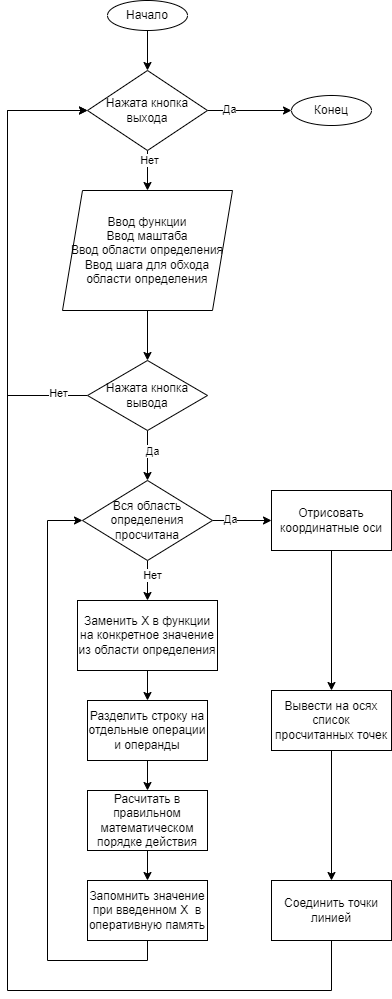
Before: Летняя практика/Остальная нищета/блок.drawio.png, a diagram exported from draw.io (kuskas112/Labs). Source tidied: cells renumbered, new cells last; positions are measured from the earlier drawing's top-left corner, leaving out a move shared by most shapes.
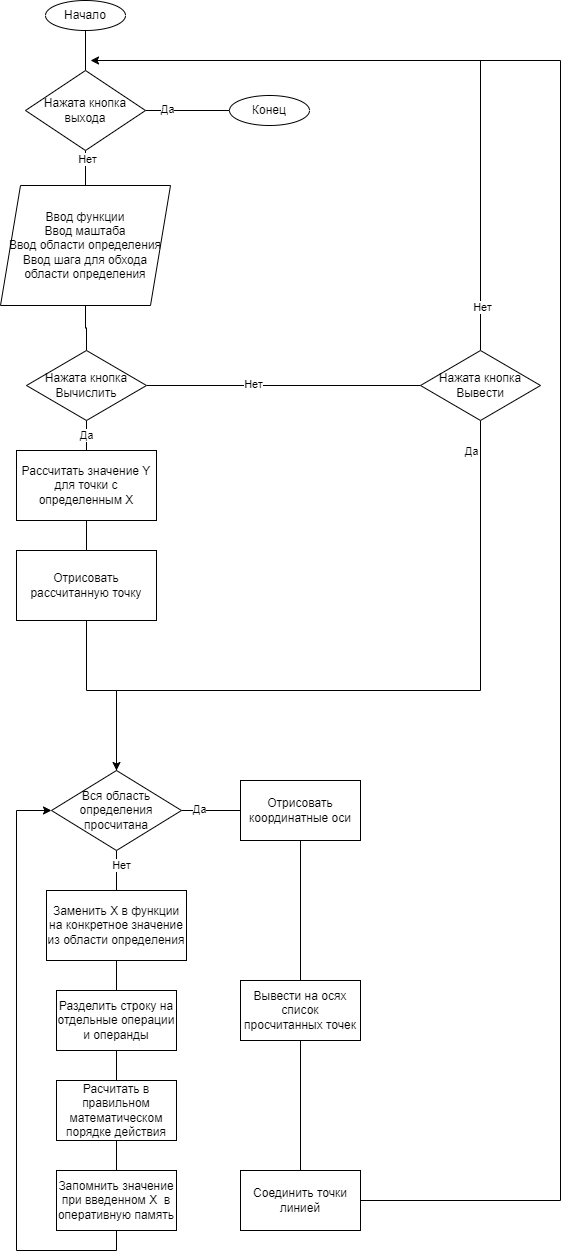
The same diagram one commit later.

The edit, as a diff of the source:
```diff
@@ -2,63 +2,70 @@
   <root>
     <mxCell id="0" />
     <mxCell id="1" parent="0" />
-    <mxCell id="2" style="edgeStyle=orthogonalEdgeStyle;rounded=0;jettySize=auto;html=1;exitX=0.5;exitY=1;exitDx=0;exitDy=0;entryX=0.5;entryY=0;entryDx=0;entryDy=0;" parent="1" edge="1" source="3" target="9">
+    <mxCell id="2" style="edgeStyle=orthogonalEdgeStyle;rounded=0;jettySize=auto;html=1;exitX=0.5;exitY=1;exitDx=0;exitDy=0;entryX=0.5;entryY=0;entryDx=0;entryDy=0;endArrow=none;endFill=0;" parent="1" edge="1" source="3" target="9">
       <mxGeometry relative="1" as="geometry" />
     </mxCell>
     <mxCell id="3" value="Начало" style="ellipse;whiteSpace=wrap;html=1;" parent="1" vertex="1">
-      <mxGeometry x="100" width="80" height="30" as="geometry" />
+      <mxGeometry x="69" y="-290" width="80" height="30" as="geometry" />
     </mxCell>
     <mxCell id="4" value="Конец" style="ellipse;whiteSpace=wrap;html=1;" parent="1" vertex="1">
-      <mxGeometry x="284" y="95" width="80" height="30" as="geometry" />
+      <mxGeometry x="253" y="-195" width="80" height="30" as="geometry" />
     </mxCell>
-    <mxCell id="5" style="edgeStyle=orthogonalEdgeStyle;rounded=0;jettySize=auto;html=1;exitX=1;exitY=0.5;exitDx=0;exitDy=0;" parent="1" edge="1" source="9" target="4">
+    <mxCell id="5" style="edgeStyle=orthogonalEdgeStyle;rounded=0;jettySize=auto;html=1;exitX=1;exitY=0.5;exitDx=0;exitDy=0;endArrow=none;endFill=0;" parent="1" edge="1" source="9" target="4">
       <mxGeometry relative="1" as="geometry" />
     </mxCell>
     <mxCell id="6" value="Да" style="edgeLabel;html=1;align=center;verticalAlign=middle;" parent="5" vertex="1">
       <mxGeometry x="-0.5" y="2" relative="1" as="geometry" />
     </mxCell>
-    <mxCell id="7" style="edgeStyle=orthogonalEdgeStyle;rounded=0;jettySize=auto;html=1;exitX=0.5;exitY=1;exitDx=0;exitDy=0;entryX=0.5;entryY=0;entryDx=0;entryDy=0;" parent="1" edge="1" source="9" target="11">
+    <mxCell id="7" style="edgeStyle=orthogonalEdgeStyle;rounded=0;jettySize=auto;html=1;exitX=0.5;exitY=1;exitDx=0;exitDy=0;entryX=0.5;entryY=0;entryDx=0;entryDy=0;endArrow=none;endFill=0;" parent="1" edge="1" source="9" target="11">
       <mxGeometry relative="1" as="geometry" />
     </mxCell>
     <mxCell id="8" value="Нет" style="edgeLabel;html=1;align=center;verticalAlign=middle;" parent="7" vertex="1">
       <mxGeometry x="-0.57" y="1" relative="1" as="geometry" />
     </mxCell>
     <mxCell id="9" value="Нажата кнопка выхода" style="rhombus;whiteSpace=wrap;html=1;" parent="1" vertex="1">
-      <mxGeometry x="80" y="70" width="120" height="80" as="geometry" />
+      <mxGeometry x="49" y="-220" width="120" height="80" as="geometry" />
     </mxCell>
-    <mxCell id="10" style="edgeStyle=orthogonalEdgeStyle;rounded=0;jettySize=auto;html=1;exitX=0.5;exitY=1;exitDx=0;exitDy=0;" parent="1" edge="1" source="11" target="16">
-      <mxGeometry relative="1" as="geometry" />
-    </mxCell>
+    <mxCell id="36" style="edgeStyle=orthogonalEdgeStyle;rounded=0;jettySize=auto;html=1;strokeColor=default;align=center;verticalAlign=middle;fontFamily=Helvetica;fontSize=11;fontColor=default;labelBackgroundColor=default;endArrow=none;endFill=0;" parent="1" edge="1" source="11" target="44">
+      <mxGeometry relative="1" as="geometry" />
+    </mxCell>
     <mxCell id="11" value="Ввод функции&lt;br&gt;Ввод маштаба&lt;br&gt;Ввод области определения&lt;br&gt;Ввод шага для обхода области определения" style="shape=parallelogram;perimeter=parallelogramPerimeter;whiteSpace=wrap;html=1;fixedSize=1;" parent="1" vertex="1">
-      <mxGeometry x="55" y="190" width="170" height="120" as="geometry" />
+      <mxGeometry x="24" y="-105" width="170" height="120" as="geometry" />
     </mxCell>
-    <mxCell id="12" style="edgeStyle=orthogonalEdgeStyle;rounded=0;jettySize=auto;html=1;exitX=0;exitY=0.5;exitDx=0;exitDy=0;entryX=0;entryY=0.5;entryDx=0;entryDy=0;" parent="1" edge="1" source="16" target="9">
-      <mxGeometry relative="1" as="geometry">
-        <Array as="points">
-          <mxPoint y="395" />
-          <mxPoint y="110" />
-        </Array>
-      </mxGeometry>
-    </mxCell>
-    <mxCell id="13" value="Нет" style="edgeLabel;html=1;align=center;verticalAlign=middle;" parent="12" vertex="1">
-      <mxGeometry x="-0.87" y="-3" relative="1" as="geometry" />
-    </mxCell>
-    <mxCell id="14" style="edgeStyle=orthogonalEdgeStyle;rounded=0;jettySize=auto;html=1;exitX=0.5;exitY=1;exitDx=0;exitDy=0;entryX=0.5;entryY=0;entryDx=0;entryDy=0;" parent="1" edge="1" source="16" target="21">
-      <mxGeometry relative="1" as="geometry" />
+    <mxCell id="14" style="edgeStyle=orthogonalEdgeStyle;rounded=0;jettySize=auto;html=1;exitX=0.5;exitY=1;exitDx=0;exitDy=0;entryX=0.5;entryY=0;entryDx=0;entryDy=0;endArrow=classic;endFill=1;" parent="1" edge="1" source="16" target="21">
+      <mxGeometry relative="1" as="geometry">
+        <Array as="points">
+          <mxPoint x="504" y="400" />
+          <mxPoint x="140" y="400" />
+        </Array>
+      </mxGeometry>
     </mxCell>
     <mxCell id="15" value="Да" style="edgeLabel;html=1;align=center;verticalAlign=middle;" parent="14" vertex="1">
-      <mxGeometry x="-0.2" y="4" relative="1" as="geometry" />
+      <mxGeometry x="-0.2" y="4" relative="1" as="geometry">
+        <mxPoint x="6" y="-244" as="offset" />
+      </mxGeometry>
     </mxCell>
+    <mxCell id="37" style="edgeStyle=orthogonalEdgeStyle;rounded=0;jettySize=auto;html=1;exitX=0.5;exitY=0;exitDx=0;exitDy=0;strokeColor=default;align=center;verticalAlign=middle;fontFamily=Helvetica;fontSize=11;fontColor=default;labelBackgroundColor=default;endArrow=classic;endFill=1;" parent="1" edge="1" source="16">
+      <mxGeometry relative="1" as="geometry">
+        <mxPoint x="114" y="-230" as="targetPoint" />
+        <Array as="points">
+          <mxPoint x="504" y="-230" />
+        </Array>
+      </mxGeometry>
+    </mxCell>
+    <mxCell id="38" value="Нет" style="edgeLabel;html=1;align=center;verticalAlign=middle;fontFamily=Helvetica;fontSize=11;fontColor=default;labelBackgroundColor=default;" parent="37" vertex="1">
+      <mxGeometry x="-0.87" y="-1" relative="1" as="geometry" />
+    </mxCell>
-    <mxCell id="16" value="Нажата кнопка вывода" style="rhombus;whiteSpace=wrap;html=1;" parent="1" vertex="1">
-      <mxGeometry x="80" y="360" width="120" height="70" as="geometry" />
+    <mxCell id="16" value="Нажата кнопка Вывести" style="rhombus;whiteSpace=wrap;html=1;" parent="1" vertex="1">
+      <mxGeometry x="444" y="60" width="120" height="70" as="geometry" />
     </mxCell>
-    <mxCell id="17" style="edgeStyle=orthogonalEdgeStyle;rounded=0;jettySize=auto;html=1;exitX=0.5;exitY=1;exitDx=0;exitDy=0;entryX=0.5;entryY=0;entryDx=0;entryDy=0;" parent="1" edge="1" source="21" target="23">
+    <mxCell id="17" style="edgeStyle=orthogonalEdgeStyle;rounded=0;jettySize=auto;html=1;exitX=0.5;exitY=1;exitDx=0;exitDy=0;entryX=0.5;entryY=0;entryDx=0;entryDy=0;endArrow=none;endFill=0;" parent="1" edge="1" source="21" target="23">
       <mxGeometry relative="1" as="geometry" />
     </mxCell>
     <mxCell id="18" value="Нет" style="edgeLabel;html=1;align=center;verticalAlign=middle;" parent="17" vertex="1">
       <mxGeometry x="-0.28" y="4" relative="1" as="geometry" />
     </mxCell>
-    <mxCell id="19" style="edgeStyle=orthogonalEdgeStyle;rounded=0;jettySize=auto;html=1;exitX=1;exitY=0.5;exitDx=0;exitDy=0;entryX=0;entryY=0.5;entryDx=0;entryDy=0;" parent="1" edge="1" source="21" target="31">
+    <mxCell id="19" style="edgeStyle=orthogonalEdgeStyle;rounded=0;jettySize=auto;html=1;exitX=1;exitY=0.5;exitDx=0;exitDy=0;entryX=0;entryY=0.5;entryDx=0;entryDy=0;endArrow=none;endFill=0;" parent="1" edge="1" source="21" target="31">
       <mxGeometry relative="1" as="geometry" />
     </mxCell>
     <mxCell id="20" value="Да" style="edgeLabel;html=1;align=center;verticalAlign=middle;" parent="19" vertex="1">
@@ -67,19 +74,19 @@
     <mxCell id="21" value="Вся область определения просчитана" style="rhombus;whiteSpace=wrap;html=1;" parent="1" vertex="1">
       <mxGeometry x="75" y="480" width="130" height="80" as="geometry" />
     </mxCell>
-    <mxCell id="22" style="edgeStyle=orthogonalEdgeStyle;rounded=0;jettySize=auto;html=1;exitX=0.5;exitY=1;exitDx=0;exitDy=0;entryX=0.5;entryY=0;entryDx=0;entryDy=0;" parent="1" edge="1" source="23" target="25">
+    <mxCell id="22" style="edgeStyle=orthogonalEdgeStyle;rounded=0;jettySize=auto;html=1;exitX=0.5;exitY=1;exitDx=0;exitDy=0;entryX=0.5;entryY=0;entryDx=0;entryDy=0;endArrow=none;endFill=0;" parent="1" edge="1" source="23" target="25">
       <mxGeometry relative="1" as="geometry" />
     </mxCell>
     <mxCell id="23" value="Заменить X в функции на конкретное значение из области определения" style="rounded=0;whiteSpace=wrap;html=1;" parent="1" vertex="1">
       <mxGeometry x="70" y="600" width="140" height="70" as="geometry" />
     </mxCell>
-    <mxCell id="24" style="edgeStyle=orthogonalEdgeStyle;rounded=0;jettySize=auto;html=1;exitX=0.5;exitY=1;exitDx=0;exitDy=0;entryX=0.5;entryY=0;entryDx=0;entryDy=0;" parent="1" edge="1" source="25" target="27">
+    <mxCell id="24" style="edgeStyle=orthogonalEdgeStyle;rounded=0;jettySize=auto;html=1;exitX=0.5;exitY=1;exitDx=0;exitDy=0;entryX=0.5;entryY=0;entryDx=0;entryDy=0;endArrow=none;endFill=0;" parent="1" edge="1" source="25" target="27">
       <mxGeometry relative="1" as="geometry" />
     </mxCell>
     <mxCell id="25" value="Разделить строку на отдельные операции и операнды" style="rounded=0;whiteSpace=wrap;html=1;" parent="1" vertex="1">
       <mxGeometry x="80" y="700" width="120" height="60" as="geometry" />
     </mxCell>
-    <mxCell id="26" style="edgeStyle=orthogonalEdgeStyle;rounded=0;jettySize=auto;html=1;exitX=0.5;exitY=1;exitDx=0;exitDy=0;entryX=0.5;entryY=0;entryDx=0;entryDy=0;" parent="1" edge="1" source="27" target="29">
+    <mxCell id="26" style="edgeStyle=orthogonalEdgeStyle;rounded=0;jettySize=auto;html=1;exitX=0.5;exitY=1;exitDx=0;exitDy=0;entryX=0.5;entryY=0;entryDx=0;entryDy=0;endArrow=none;endFill=0;" parent="1" edge="1" source="27" target="29">
       <mxGeometry relative="1" as="geometry" />
     </mxCell>
     <mxCell id="27" value="Расчитать в правильном математическом порядке действия" style="rounded=0;whiteSpace=wrap;html=1;" parent="1" vertex="1">
@@ -97,29 +104,61 @@
     <mxCell id="29" value="Запомнить значение при введенном Х&amp;nbsp; в оперативную память" style="rounded=0;whiteSpace=wrap;html=1;" parent="1" vertex="1">
       <mxGeometry x="80" y="880" width="120" height="60" as="geometry" />
     </mxCell>
-    <mxCell id="30" style="edgeStyle=orthogonalEdgeStyle;rounded=0;jettySize=auto;html=1;exitX=0.5;exitY=1;exitDx=0;exitDy=0;entryX=0.5;entryY=0;entryDx=0;entryDy=0;" parent="1" edge="1" source="31" target="33">
+    <mxCell id="30" style="edgeStyle=orthogonalEdgeStyle;rounded=0;jettySize=auto;html=1;exitX=0.5;exitY=1;exitDx=0;exitDy=0;entryX=0.5;entryY=0;entryDx=0;entryDy=0;endArrow=none;endFill=0;" parent="1" edge="1" source="31" target="33">
       <mxGeometry relative="1" as="geometry" />
     </mxCell>
     <mxCell id="31" value="Отрисовать координатные оси" style="rounded=0;whiteSpace=wrap;html=1;" parent="1" vertex="1">
       <mxGeometry x="264" y="490" width="120" height="60" as="geometry" />
     </mxCell>
-    <mxCell id="32" style="edgeStyle=orthogonalEdgeStyle;rounded=0;jettySize=auto;html=1;exitX=0.5;exitY=1;exitDx=0;exitDy=0;entryX=0.5;entryY=0;entryDx=0;entryDy=0;" parent="1" edge="1" source="33" target="35">
+    <mxCell id="32" style="edgeStyle=orthogonalEdgeStyle;rounded=0;jettySize=auto;html=1;exitX=0.5;exitY=1;exitDx=0;exitDy=0;entryX=0.5;entryY=0;entryDx=0;entryDy=0;endArrow=none;endFill=0;" parent="1" edge="1" source="33" target="35">
       <mxGeometry relative="1" as="geometry" />
     </mxCell>
     <mxCell id="33" value="Вывести на осях список просчитанных точек" style="rounded=0;whiteSpace=wrap;html=1;" parent="1" vertex="1">
       <mxGeometry x="264" y="690" width="120" height="60" as="geometry" />
     </mxCell>
-    <mxCell id="34" style="edgeStyle=orthogonalEdgeStyle;rounded=0;jettySize=auto;html=1;exitX=0.5;exitY=1;exitDx=0;exitDy=0;entryX=0;entryY=0.5;entryDx=0;entryDy=0;" parent="1" edge="1" source="35" target="9">
-      <mxGeometry relative="1" as="geometry">
-        <Array as="points">
-          <mxPoint x="324" y="990" />
-          <mxPoint y="990" />
-          <mxPoint y="110" />
-        </Array>
-      </mxGeometry>
-    </mxCell>
+    <mxCell id="39" style="edgeStyle=orthogonalEdgeStyle;rounded=0;jettySize=auto;html=1;strokeColor=default;align=center;verticalAlign=middle;fontFamily=Helvetica;fontSize=11;fontColor=default;labelBackgroundColor=default;endArrow=none;endFill=0;" parent="1" edge="1" source="35">
+      <mxGeometry relative="1" as="geometry">
+        <mxPoint x="124" y="-230" as="targetPoint" />
+        <Array as="points">
+          <mxPoint x="584" y="910" />
+          <mxPoint x="584" y="-230" />
+        </Array>
+      </mxGeometry>
+    </mxCell>
     <mxCell id="35" value="Соединить точки линией" style="rounded=0;whiteSpace=wrap;html=1;" parent="1" vertex="1">
       <mxGeometry x="264" y="880" width="120" height="60" as="geometry" />
     </mxCell>
+    <mxCell id="40" style="edgeStyle=orthogonalEdgeStyle;rounded=0;jettySize=auto;html=1;strokeColor=default;align=center;verticalAlign=middle;fontFamily=Helvetica;fontSize=11;fontColor=default;labelBackgroundColor=default;endArrow=none;endFill=0;" parent="1" edge="1" source="44" target="46">
+      <mxGeometry relative="1" as="geometry" />
+    </mxCell>
+    <mxCell id="41" value="Да" style="edgeLabel;html=1;align=center;verticalAlign=middle;fontFamily=Helvetica;fontSize=11;fontColor=default;labelBackgroundColor=default;" parent="40" vertex="1">
+      <mxGeometry x="0.36" y="-1" relative="1" as="geometry" />
+    </mxCell>
+    <mxCell id="42" style="edgeStyle=orthogonalEdgeStyle;rounded=0;jettySize=auto;html=1;strokeColor=default;align=center;verticalAlign=middle;fontFamily=Helvetica;fontSize=11;fontColor=default;labelBackgroundColor=default;endArrow=none;endFill=0;" parent="1" edge="1" source="44" target="16">
+      <mxGeometry relative="1" as="geometry" />
+    </mxCell>
+    <mxCell id="43" value="Нет" style="edgeLabel;html=1;align=center;verticalAlign=middle;fontFamily=Helvetica;fontSize=11;fontColor=default;labelBackgroundColor=default;" parent="42" vertex="1">
+      <mxGeometry x="-0.23" y="2" relative="1" as="geometry" />
+    </mxCell>
+    <mxCell id="44" value="Нажата кнопка Вычислить" style="rhombus;whiteSpace=wrap;html=1;" parent="1" vertex="1">
+      <mxGeometry x="50" y="60" width="120" height="70" as="geometry" />
+    </mxCell>
+    <mxCell id="45" style="edgeStyle=orthogonalEdgeStyle;rounded=0;jettySize=auto;html=1;strokeColor=default;align=center;verticalAlign=middle;fontFamily=Helvetica;fontSize=11;fontColor=default;labelBackgroundColor=default;endArrow=none;endFill=0;" parent="1" edge="1" source="46" target="48">
+      <mxGeometry relative="1" as="geometry" />
+    </mxCell>
+    <mxCell id="46" value="Рассчитать значение Y для точки с определенным X" style="rounded=0;whiteSpace=wrap;html=1;" parent="1" vertex="1">
+      <mxGeometry x="40" y="160" width="140" height="70" as="geometry" />
+    </mxCell>
+    <mxCell id="47" style="edgeStyle=orthogonalEdgeStyle;rounded=0;jettySize=auto;html=1;entryX=0.5;entryY=0;entryDx=0;entryDy=0;strokeColor=default;align=center;verticalAlign=middle;fontFamily=Helvetica;fontSize=11;fontColor=default;labelBackgroundColor=default;endArrow=none;endFill=0;" parent="1" edge="1" source="48" target="21">
+      <mxGeometry relative="1" as="geometry">
+        <Array as="points">
+          <mxPoint x="110" y="400" />
+          <mxPoint x="140" y="400" />
+        </Array>
+      </mxGeometry>
+    </mxCell>
+    <mxCell id="48" value="Отрисовать рассчитанную точку" style="rounded=0;whiteSpace=wrap;html=1;" parent="1" vertex="1">
+      <mxGeometry x="40" y="260" width="140" height="70" as="geometry" />
+    </mxCell>
   </root>
 </mxGraphModel>
```
